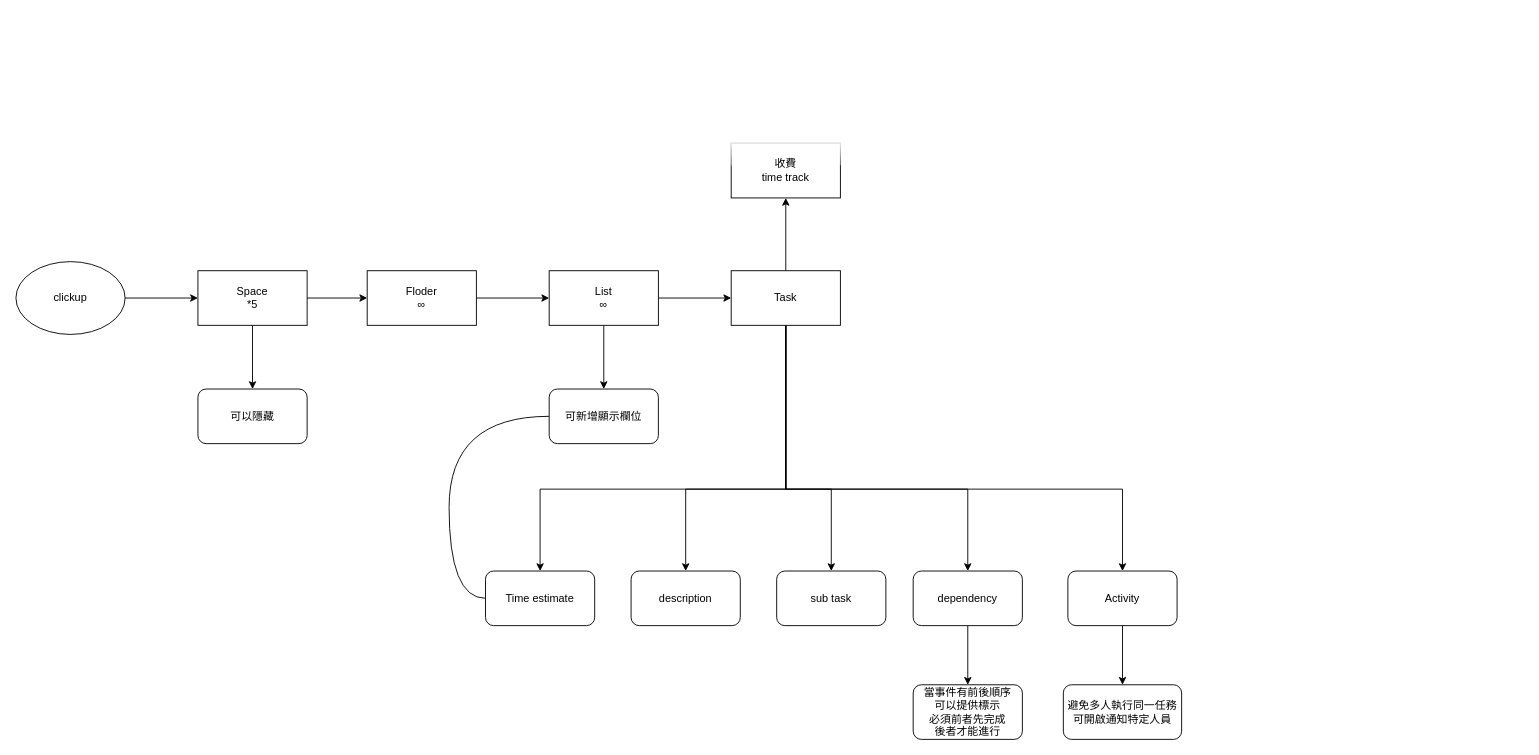
This is clickup.drawio from asd0591804/treeImage, a draw.io file, before an edit. Source tidied: cells renumbered, new cells numbered last; positions are measured from the earlier drawing's top-left corner, leaving out a move shared by most shapes. Both pictures are drawn from the tidied source at 91%, with x=0, y=0 at pixel (15, 143).
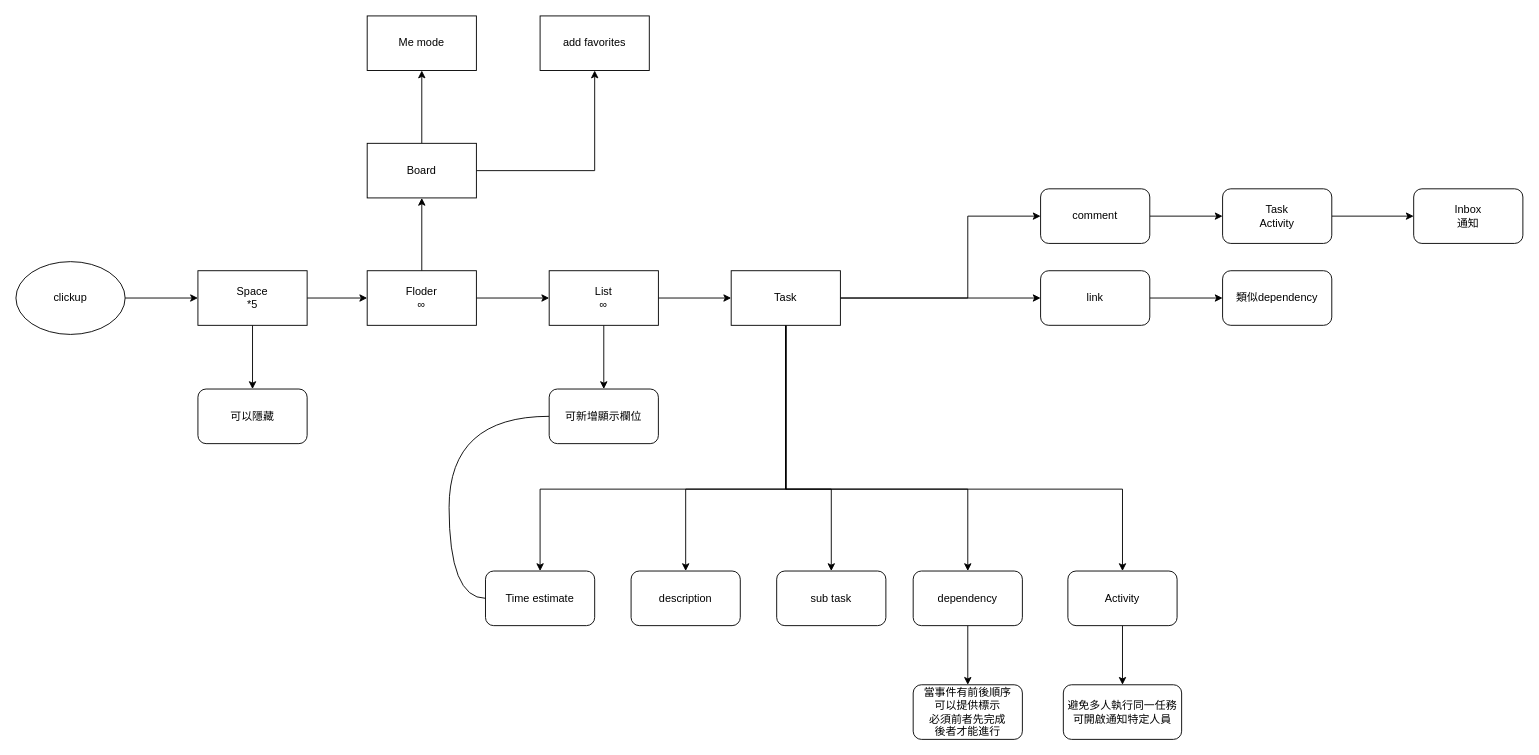
Above is the later version.

The change refers to these unchanged cells:
```xml
<mxCell id="6" value="Floder&lt;div&gt;∞&lt;br&gt;&lt;/div&gt;" style="whiteSpace=wrap;html=1;" parent="1" vertex="1">
  <mxGeometry x="386" y="140" width="120" height="60" as="geometry" />
</mxCell>
<mxCell id="22" value="Task" style="whiteSpace=wrap;html=1;" parent="1" vertex="1">
  <mxGeometry x="786" y="140" width="120" height="60" as="geometry" />
</mxCell>
```

What changed in the source:
```diff
@@
+    <mxCell id="32" style="edgeStyle=orthogonalEdgeStyle;rounded=0;jettySize=auto;html=1;" parent="1" edge="1" source="6" target="45">
+      <mxGeometry relative="1" as="geometry" />
+    </mxCell>
@@
-    <mxCell id="18" style="edgeStyle=orthogonalEdgeStyle;rounded=0;jettySize=auto;html=1;" parent="1" edge="1" source="22" target="26">
-      <mxGeometry relative="1" as="geometry" />
-    </mxCell>
@@
+    <mxCell id="33" style="edgeStyle=orthogonalEdgeStyle;rounded=0;jettySize=auto;html=1;" parent="1" edge="1" source="22" target="36">
+      <mxGeometry relative="1" as="geometry" />
+    </mxCell>
+    <mxCell id="34" style="edgeStyle=orthogonalEdgeStyle;rounded=0;jettySize=auto;html=1;" parent="1" edge="1" source="22" target="39">
+      <mxGeometry relative="1" as="geometry">
+        <Array as="points">
+          <mxPoint x="1046" y="170" />
+          <mxPoint x="1046" y="80" />
+        </Array>
+      </mxGeometry>
+    </mxCell>
@@
-    <mxCell id="26" value="&lt;div&gt;收費&lt;/div&gt;time track" style="whiteSpace=wrap;html=1;glass=1;" parent="1" vertex="1">
-      <mxGeometry x="786" width="120" height="60" as="geometry" />
-    </mxCell>
@@
+    <mxCell id="35" style="edgeStyle=orthogonalEdgeStyle;rounded=0;jettySize=auto;html=1;" parent="1" edge="1" source="36" target="37">
+      <mxGeometry relative="1" as="geometry" />
+    </mxCell>
+    <mxCell id="36" value="link" style="whiteSpace=wrap;html=1;rounded=1;" parent="1" vertex="1">
+      <mxGeometry x="1126" y="140" width="120" height="60" as="geometry" />
+    </mxCell>
+    <mxCell id="37" value="類似dependency" style="whiteSpace=wrap;html=1;rounded=1;" parent="1" vertex="1">
+      <mxGeometry x="1326" y="140" width="120" height="60" as="geometry" />
+    </mxCell>
+    <mxCell id="38" style="edgeStyle=orthogonalEdgeStyle;rounded=0;jettySize=auto;html=1;" parent="1" edge="1" source="39" target="41">
+      <mxGeometry relative="1" as="geometry" />
+    </mxCell>
+    <mxCell id="39" value="comment" style="whiteSpace=wrap;html=1;rounded=1;" parent="1" vertex="1">
+      <mxGeometry x="1126" y="50" width="120" height="60" as="geometry" />
+    </mxCell>
+    <mxCell id="40" style="edgeStyle=orthogonalEdgeStyle;rounded=0;jettySize=auto;html=1;" parent="1" edge="1" source="41" target="42">
+      <mxGeometry relative="1" as="geometry" />
+    </mxCell>
+    <mxCell id="41" value="Task&lt;div&gt;Activity&lt;/div&gt;" style="whiteSpace=wrap;html=1;rounded=1;" parent="1" vertex="1">
+      <mxGeometry x="1326" y="50" width="120" height="60" as="geometry" />
+    </mxCell>
+    <mxCell id="42" value="Inbox&lt;div&gt;通知&lt;/div&gt;" style="whiteSpace=wrap;html=1;rounded=1;" parent="1" vertex="1">
+      <mxGeometry x="1536" y="50" width="120" height="60" as="geometry" />
+    </mxCell>
+    <mxCell id="43" style="edgeStyle=orthogonalEdgeStyle;rounded=0;jettySize=auto;html=1;" parent="1" edge="1" source="45" target="46">
+      <mxGeometry relative="1" as="geometry" />
+    </mxCell>
+    <mxCell id="44" style="edgeStyle=orthogonalEdgeStyle;rounded=0;jettySize=auto;html=1;" parent="1" edge="1" source="45" target="47">
+      <mxGeometry relative="1" as="geometry" />
+    </mxCell>
+    <mxCell id="45" value="Board" style="whiteSpace=wrap;html=1;" parent="1" vertex="1">
+      <mxGeometry x="386" width="120" height="60" as="geometry" />
+    </mxCell>
+    <mxCell id="46" value="Me mode" style="whiteSpace=wrap;html=1;" parent="1" vertex="1">
+      <mxGeometry x="386" y="-140" width="120" height="60" as="geometry" />
+    </mxCell>
+    <mxCell id="47" value="add favorites" style="whiteSpace=wrap;html=1;" parent="1" vertex="1">
+      <mxGeometry x="576" y="-140" width="120" height="60" as="geometry" />
+    </mxCell>
```
